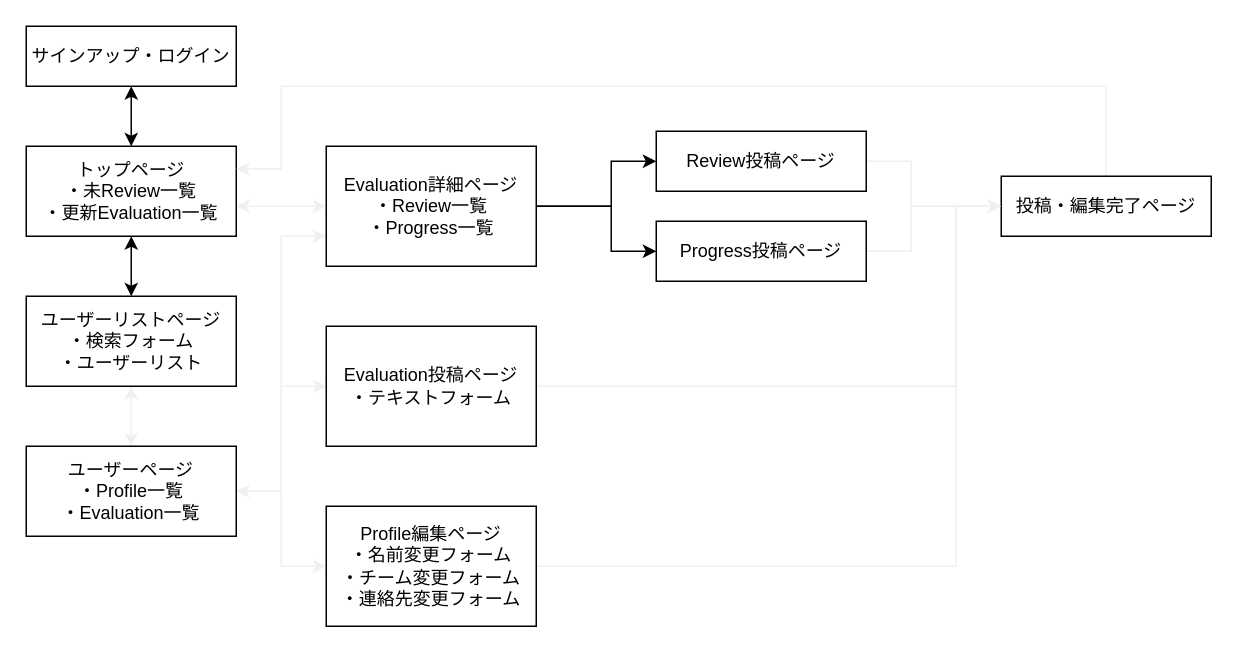
Above: window.dio in UESHII/periscope (draw.io), before the change. Source tidied: cells renumbered, new cells numbered last; positions are measured from the earlier drawing's top-left corner, leaving out a move shared by most shapes. Both pictures are drawn from the tidied source at 150%, with x=0, y=0 at pixel (26, 26).
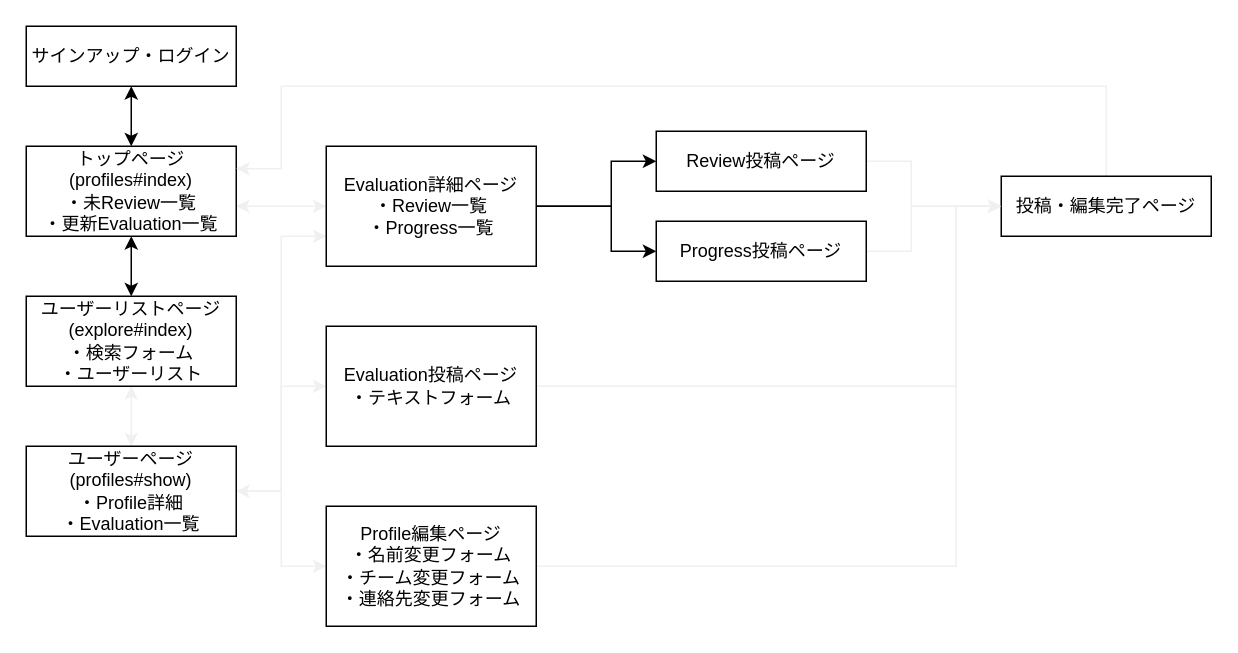
Above is the later version.

Commit message:
画面遷移図にメモ追加

Change to the diagram source:
```diff
@@
-    <mxCell id="5" value="トップページ&lt;br&gt;&lt;div style=&quot;&quot;&gt;&lt;span&gt;・未Review一覧&lt;/span&gt;&lt;/div&gt;&lt;span&gt;&lt;div style=&quot;&quot;&gt;&lt;span&gt;・更新Evaluation一覧&lt;/span&gt;&lt;/div&gt;&lt;/span&gt;" style="whiteSpace=wrap;html=1;align=center;" parent="1" vertex="1">
+    <mxCell id="5" value="トップページ&lt;br&gt;(profiles#index)&lt;br&gt;&lt;div&gt;&lt;span&gt;・未Review一覧&lt;/span&gt;&lt;/div&gt;&lt;span&gt;&lt;div&gt;&lt;span&gt;・更新Evaluation一覧&lt;/span&gt;&lt;/div&gt;&lt;/span&gt;" style="whiteSpace=wrap;html=1;align=center;" parent="1" vertex="1">
       <mxGeometry y="80" width="140" height="60" as="geometry" />
     </mxCell>
@@
-    <mxCell id="8" value="&lt;div&gt;&lt;span&gt;ユーザーリストページ&lt;/span&gt;&lt;/div&gt;&lt;div style=&quot;&quot;&gt;&lt;span&gt;・検索フォーム&lt;/span&gt;&lt;/div&gt;&lt;div style=&quot;&quot;&gt;&lt;span&gt;・ユーザーリスト&lt;/span&gt;&lt;/div&gt;" style="whiteSpace=wrap;html=1;align=center;" parent="1" vertex="1">
+    <mxCell id="8" value="&lt;div&gt;&lt;span&gt;ユーザーリストページ&lt;/span&gt;&lt;/div&gt;&lt;div&gt;&lt;span&gt;(explore#index)&lt;/span&gt;&lt;/div&gt;&lt;div&gt;&lt;span&gt;・検索フォーム&lt;/span&gt;&lt;/div&gt;&lt;div&gt;&lt;span&gt;・ユーザーリスト&lt;/span&gt;&lt;/div&gt;" style="whiteSpace=wrap;html=1;align=center;" parent="1" vertex="1">
       <mxGeometry y="180" width="140" height="60" as="geometry" />
     </mxCell>
@@
-    <mxCell id="12" value="&lt;div&gt;&lt;span&gt;ユーザーページ&lt;/span&gt;&lt;/div&gt;&lt;div style=&quot;&quot;&gt;&lt;span&gt;・Profile一覧&lt;/span&gt;&lt;/div&gt;&lt;div style=&quot;&quot;&gt;&lt;span&gt;・Evaluation一覧&lt;/span&gt;&lt;/div&gt;" style="whiteSpace=wrap;html=1;align=center;" parent="1" vertex="1">
+    <mxCell id="12" value="&lt;div&gt;&lt;span&gt;ユーザーページ&lt;/span&gt;&lt;/div&gt;&lt;div&gt;&lt;span&gt;(profiles#show)&lt;/span&gt;&lt;/div&gt;&lt;div&gt;&lt;span&gt;・Profile詳細&lt;/span&gt;&lt;/div&gt;&lt;div&gt;&lt;span&gt;・Evaluation一覧&lt;/span&gt;&lt;/div&gt;" style="whiteSpace=wrap;html=1;align=center;" parent="1" vertex="1">
       <mxGeometry y="280" width="140" height="60" as="geometry" />
     </mxCell>
```
